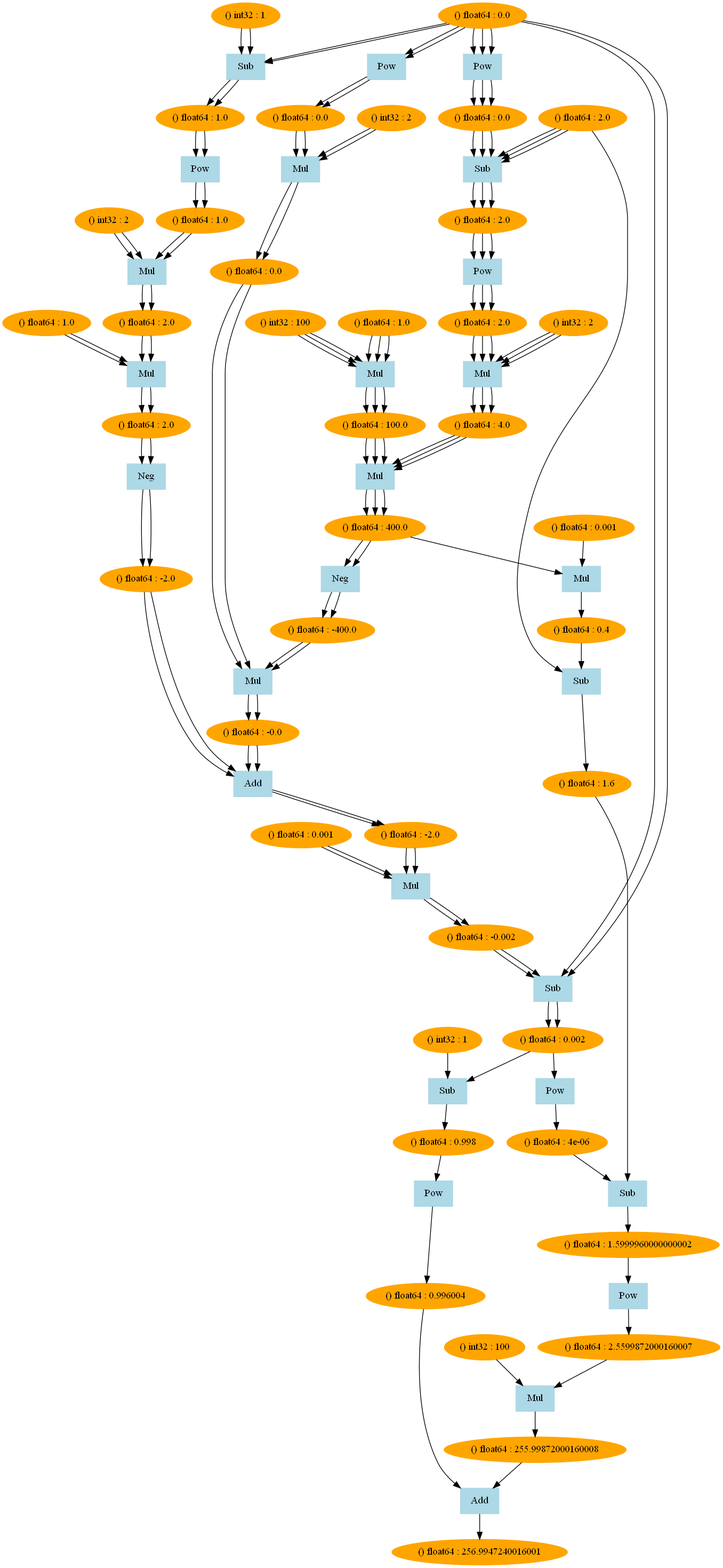
Earlier version of the Graphviz export dezero_out/tmp_graph.png (ChanYoungHan/EX.Materials). Its source is kept beside it as dezero_out/tmp_graph.dot.
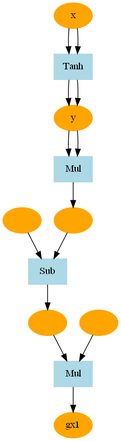
Later version of the same file.

Diff of the diagram source:
```diff
@@ -1,275 +1,29 @@
 digraph g {
-2098591933128 [label="() float64 : 256.9947240016001", color=orange, style=filled]
-2098591933512 [label="Add", color=lightblue, style=filled, shape=box]
-2098591932680 -> 2098591933512
-2098591933448 -> 2098591933512
-2098591933512 -> 2098591933128
-2098591932680 [label="() float64 : 255.99872000160008", color=orange, style=filled]
-2098591933448 [label="() float64 : 0.996004", color=orange, style=filled]
-2098591932616 [label="Pow", color=lightblue, style=filled, shape=box]
-2098591932488 -> 2098591932616
-2098591932616 -> 2098591933448
-2098591932488 [label="() float64 : 0.998", color=orange, style=filled]
-2098591932872 [label="Sub", color=lightblue, style=filled, shape=box]
-2098591932552 -> 2098591932872
-2098591907784 -> 2098591932872
-2098591932872 -> 2098591932488
-2098591932552 [label="() int32 : 1", color=orange, style=filled]
-2098591907784 [label="() float64 : 0.002", color=orange, style=filled]
-2098591887880 [label="Sub", color=lightblue, style=filled, shape=box]
-2098338122376 -> 2098591887880
-2098591205320 -> 2098591887880
-2098591887880 -> 2098591907784
-2098338122376 [label="() float64 : 0.0", color=orange, style=filled]
-2098591205320 [label="() float64 : -0.002", color=orange, style=filled]
-2098589622664 [label="Mul", color=lightblue, style=filled, shape=box]
-2098591385928 -> 2098589622664
-2098590920136 -> 2098589622664
-2098589622664 -> 2098591205320
-2098591385928 [label="() float64 : -2.0", color=orange, style=filled]
-2098590920136 [label="() float64 : 0.001", color=orange, style=filled]
-2098589622728 [label="Add", color=lightblue, style=filled, shape=box]
-2098589622600 -> 2098589622728
-2098589622536 -> 2098589622728
-2098589622728 -> 2098591385928
-2098589622600 [label="() float64 : -0.0", color=orange, style=filled]
-2098589622536 [label="() float64 : -2.0", color=orange, style=filled]
-2098589622472 [label="Neg", color=lightblue, style=filled, shape=box]
-2098589652808 -> 2098589622472
-2098589622472 -> 2098589622536
-2098589652808 [label="() float64 : 2.0", color=orange, style=filled]
-2098590021512 [label="Mul", color=lightblue, style=filled, shape=box]
-2098591706568 -> 2098590021512
-2098589653512 -> 2098590021512
-2098590021512 -> 2098589652808
-2098591706568 [label="() float64 : 2.0", color=orange, style=filled]
-2098589653512 [label="() float64 : 1.0", color=orange, style=filled]
-2098591002760 [label="Mul", color=lightblue, style=filled, shape=box]
-2098590090696 -> 2098591002760
-2098591703368 -> 2098591002760
-2098591002760 -> 2098591706568
-2098590090696 [label="() float64 : 1.0", color=orange, style=filled]
-2098591703368 [label="() int32 : 2", color=orange, style=filled]
-2098591732616 [label="Pow", color=lightblue, style=filled, shape=box]
-2098589555784 -> 2098591732616
-2098591732616 -> 2098590090696
-2098589555784 [label="() float64 : 1.0", color=orange, style=filled]
-2098589555720 [label="Sub", color=lightblue, style=filled, shape=box]
-2098589555656 -> 2098589555720
-2098338122376 -> 2098589555720
-2098589555720 -> 2098589555784
-2098589555656 [label="() int32 : 1", color=orange, style=filled]
-2098338122376 [label="() float64 : 0.0", color=orange, style=filled]
-2098589622920 [label="Mul", color=lightblue, style=filled, shape=box]
-2098589622792 -> 2098589622920
-2098589556104 -> 2098589622920
-2098589622920 -> 2098589622600
-2098589622792 [label="() float64 : 0.0", color=orange, style=filled]
-2098589556104 [label="() float64 : -400.0", color=orange, style=filled]
-2098589652872 [label="Neg", color=lightblue, style=filled, shape=box]
-2098589556488 -> 2098589652872
-2098589652872 -> 2098589556104
-2098589556488 [label="() float64 : 400.0", color=orange, style=filled]
-2098589651272 [label="Mul", color=lightblue, style=filled, shape=box]
-2098589653576 -> 2098589651272
-2098589652744 -> 2098589651272
-2098589651272 -> 2098589556488
-2098589653576 [label="() float64 : 4.0", color=orange, style=filled]
-2098589652744 [label="() float64 : 100.0", color=orange, style=filled]
-2098589652936 [label="Mul", color=lightblue, style=filled, shape=box]
-2098589555592 -> 2098589652936
-2098589653000 -> 2098589652936
-2098589652936 -> 2098589652744
-2098589555592 [label="() int32 : 100", color=orange, style=filled]
-2098589653000 [label="() float64 : 1.0", color=orange, style=filled]
-2098589651528 [label="Mul", color=lightblue, style=filled, shape=box]
-2098589652488 -> 2098589651528
-2098589651144 -> 2098589651528
-2098589651528 -> 2098589653576
-2098589652488 [label="() float64 : 2.0", color=orange, style=filled]
-2098589651144 [label="() int32 : 2", color=orange, style=filled]
-2098589651080 [label="Pow", color=lightblue, style=filled, shape=box]
-2098589555528 -> 2098589651080
-2098589651080 -> 2098589652488
-2098589555528 [label="() float64 : 2.0", color=orange, style=filled]
-2098587687112 [label="Sub", color=lightblue, style=filled, shape=box]
-2098338174536 -> 2098587687112
-2098587686728 -> 2098587687112
-2098587687112 -> 2098589555528
-2098338174536 [label="() float64 : 2.0", color=orange, style=filled]
-2098587686728 [label="() float64 : 0.0", color=orange, style=filled]
-2098338174792 [label="Pow", color=lightblue, style=filled, shape=box]
-2098338122376 -> 2098338174792
-2098338174792 -> 2098587686728
-2098338122376 [label="() float64 : 0.0", color=orange, style=filled]
-2098591619592 [label="Mul", color=lightblue, style=filled, shape=box]
-2098589622984 -> 2098591619592
-2098589622856 -> 2098591619592
-2098591619592 -> 2098589622792
-2098589622984 [label="() float64 : 0.0", color=orange, style=filled]
-2098589622856 [label="() int32 : 2", color=orange, style=filled]
-2098589556232 [label="Pow", color=lightblue, style=filled, shape=box]
-2098338122376 -> 2098589556232
-2098589556232 -> 2098589622984
-2098338122376 [label="() float64 : 0.0", color=orange, style=filled]
-2098591933000 [label="Mul", color=lightblue, style=filled, shape=box]
-2098591932936 -> 2098591933000
-2098591932744 -> 2098591933000
-2098591933000 -> 2098591932680
-2098591932936 [label="() float64 : 2.5599872000160007", color=orange, style=filled]
-2098591932744 [label="() int32 : 100", color=orange, style=filled]
-2098591933192 [label="Pow", color=lightblue, style=filled, shape=box]
-2098591933064 -> 2098591933192
-2098591933192 -> 2098591932936
-2098591933064 [label="() float64 : 1.5999960000000002", color=orange, style=filled]
-2098591758472 [label="Sub", color=lightblue, style=filled, shape=box]
-2098584993672 -> 2098591758472
-2098590966216 -> 2098591758472
-2098591758472 -> 2098591933064
-2098584993672 [label="() float64 : 1.6", color=orange, style=filled]
-2098590966216 [label="() float64 : 4e-06", color=orange, style=filled]
-2098590790280 [label="Pow", color=lightblue, style=filled, shape=box]
-2098591907784 -> 2098590790280
-2098590790280 -> 2098590966216
-2098591907784 [label="() float64 : 0.002", color=orange, style=filled]
-2098591887880 [label="Sub", color=lightblue, style=filled, shape=box]
-2098338122376 -> 2098591887880
-2098591205320 -> 2098591887880
-2098591887880 -> 2098591907784
-2098338122376 [label="() float64 : 0.0", color=orange, style=filled]
-2098591205320 [label="() float64 : -0.002", color=orange, style=filled]
-2098589622664 [label="Mul", color=lightblue, style=filled, shape=box]
-2098591385928 -> 2098589622664
-2098590920136 -> 2098589622664
-2098589622664 -> 2098591205320
-2098591385928 [label="() float64 : -2.0", color=orange, style=filled]
-2098590920136 [label="() float64 : 0.001", color=orange, style=filled]
-2098589622728 [label="Add", color=lightblue, style=filled, shape=box]
-2098589622600 -> 2098589622728
-2098589622536 -> 2098589622728
-2098589622728 -> 2098591385928
-2098589622600 [label="() float64 : -0.0", color=orange, style=filled]
-2098589622536 [label="() float64 : -2.0", color=orange, style=filled]
-2098589622472 [label="Neg", color=lightblue, style=filled, shape=box]
-2098589652808 -> 2098589622472
-2098589622472 -> 2098589622536
-2098589652808 [label="() float64 : 2.0", color=orange, style=filled]
-2098590021512 [label="Mul", color=lightblue, style=filled, shape=box]
-2098591706568 -> 2098590021512
-2098589653512 -> 2098590021512
-2098590021512 -> 2098589652808
-2098591706568 [label="() float64 : 2.0", color=orange, style=filled]
-2098589653512 [label="() float64 : 1.0", color=orange, style=filled]
-2098591002760 [label="Mul", color=lightblue, style=filled, shape=box]
-2098590090696 -> 2098591002760
-2098591703368 -> 2098591002760
-2098591002760 -> 2098591706568
-2098590090696 [label="() float64 : 1.0", color=orange, style=filled]
-2098591703368 [label="() int32 : 2", color=orange, style=filled]
-2098591732616 [label="Pow", color=lightblue, style=filled, shape=box]
-2098589555784 -> 2098591732616
-2098591732616 -> 2098590090696
-2098589555784 [label="() float64 : 1.0", color=orange, style=filled]
-2098589555720 [label="Sub", color=lightblue, style=filled, shape=box]
-2098589555656 -> 2098589555720
-2098338122376 -> 2098589555720
-2098589555720 -> 2098589555784
-2098589555656 [label="() int32 : 1", color=orange, style=filled]
-2098338122376 [label="() float64 : 0.0", color=orange, style=filled]
-2098589622920 [label="Mul", color=lightblue, style=filled, shape=box]
-2098589622792 -> 2098589622920
-2098589556104 -> 2098589622920
-2098589622920 -> 2098589622600
-2098589622792 [label="() float64 : 0.0", color=orange, style=filled]
-2098589556104 [label="() float64 : -400.0", color=orange, style=filled]
-2098589652872 [label="Neg", color=lightblue, style=filled, shape=box]
-2098589556488 -> 2098589652872
-2098589652872 -> 2098589556104
-2098589556488 [label="() float64 : 400.0", color=orange, style=filled]
-2098589651272 [label="Mul", color=lightblue, style=filled, shape=box]
-2098589653576 -> 2098589651272
-2098589652744 -> 2098589651272
-2098589651272 -> 2098589556488
-2098589653576 [label="() float64 : 4.0", color=orange, style=filled]
-2098589652744 [label="() float64 : 100.0", color=orange, style=filled]
-2098589652936 [label="Mul", color=lightblue, style=filled, shape=box]
-2098589555592 -> 2098589652936
-2098589653000 -> 2098589652936
-2098589652936 -> 2098589652744
-2098589555592 [label="() int32 : 100", color=orange, style=filled]
-2098589653000 [label="() float64 : 1.0", color=orange, style=filled]
-2098589651528 [label="Mul", color=lightblue, style=filled, shape=box]
-2098589652488 -> 2098589651528
-2098589651144 -> 2098589651528
-2098589651528 -> 2098589653576
-2098589652488 [label="() float64 : 2.0", color=orange, style=filled]
-2098589651144 [label="() int32 : 2", color=orange, style=filled]
-2098589651080 [label="Pow", color=lightblue, style=filled, shape=box]
-2098589555528 -> 2098589651080
-2098589651080 -> 2098589652488
-2098589555528 [label="() float64 : 2.0", color=orange, style=filled]
-2098587687112 [label="Sub", color=lightblue, style=filled, shape=box]
-2098338174536 -> 2098587687112
-2098587686728 -> 2098587687112
-2098587687112 -> 2098589555528
-2098338174536 [label="() float64 : 2.0", color=orange, style=filled]
-2098587686728 [label="() float64 : 0.0", color=orange, style=filled]
-2098338174792 [label="Pow", color=lightblue, style=filled, shape=box]
-2098338122376 -> 2098338174792
-2098338174792 -> 2098587686728
-2098338122376 [label="() float64 : 0.0", color=orange, style=filled]
-2098591619592 [label="Mul", color=lightblue, style=filled, shape=box]
-2098589622984 -> 2098591619592
-2098589622856 -> 2098591619592
-2098591619592 -> 2098589622792
-2098589622984 [label="() float64 : 0.0", color=orange, style=filled]
-2098589622856 [label="() int32 : 2", color=orange, style=filled]
-2098589556232 [label="Pow", color=lightblue, style=filled, shape=box]
-2098338122376 -> 2098589556232
-2098589556232 -> 2098589622984
-2098338122376 [label="() float64 : 0.0", color=orange, style=filled]
-2098591185928 [label="Sub", color=lightblue, style=filled, shape=box]
-2098338174536 -> 2098591185928
-2098591284040 -> 2098591185928
-2098591185928 -> 2098584993672
-2098338174536 [label="() float64 : 2.0", color=orange, style=filled]
-2098591284040 [label="() float64 : 0.4", color=orange, style=filled]
-2098590639048 [label="Mul", color=lightblue, style=filled, shape=box]
-2098589556488 -> 2098590639048
-2098591506056 -> 2098590639048
-2098590639048 -> 2098591284040
-2098589556488 [label="() float64 : 400.0", color=orange, style=filled]
-2098591506056 [label="() float64 : 0.001", color=orange, style=filled]
-2098589651272 [label="Mul", color=lightblue, style=filled, shape=box]
-2098589653576 -> 2098589651272
-2098589652744 -> 2098589651272
-2098589651272 -> 2098589556488
-2098589653576 [label="() float64 : 4.0", color=orange, style=filled]
-2098589652744 [label="() float64 : 100.0", color=orange, style=filled]
-2098589652936 [label="Mul", color=lightblue, style=filled, shape=box]
-2098589555592 -> 2098589652936
-2098589653000 -> 2098589652936
-2098589652936 -> 2098589652744
-2098589555592 [label="() int32 : 100", color=orange, style=filled]
-2098589653000 [label="() float64 : 1.0", color=orange, style=filled]
-2098589651528 [label="Mul", color=lightblue, style=filled, shape=box]
-2098589652488 -> 2098589651528
-2098589651144 -> 2098589651528
-2098589651528 -> 2098589653576
-2098589652488 [label="() float64 : 2.0", color=orange, style=filled]
-2098589651144 [label="() int32 : 2", color=orange, style=filled]
-2098589651080 [label="Pow", color=lightblue, style=filled, shape=box]
-2098589555528 -> 2098589651080
-2098589651080 -> 2098589652488
-2098589555528 [label="() float64 : 2.0", color=orange, style=filled]
-2098587687112 [label="Sub", color=lightblue, style=filled, shape=box]
-2098338174536 -> 2098587687112
-2098587686728 -> 2098587687112
-2098587687112 -> 2098589555528
-2098338174536 [label="() float64 : 2.0", color=orange, style=filled]
-2098587686728 [label="() float64 : 0.0", color=orange, style=filled]
-2098338174792 [label="Pow", color=lightblue, style=filled, shape=box]
-2098338122376 -> 2098338174792
-2098338174792 -> 2098587686728
-2098338122376 [label="() float64 : 0.0", color=orange, style=filled]
+2592513260040 [label="gx1", color=orange, style=filled]
+2592513259720 [label="Mul", color=lightblue, style=filled, shape=box]
+2592513259848 -> 2592513259720
+2592513259976 -> 2592513259720
+2592513259720 -> 2592513260040
+2592513259848 [label="", color=orange, style=filled]
+2592513259976 [label="", color=orange, style=filled]
+2592513257928 [label="Sub", color=lightblue, style=filled, shape=box]
+2592513259784 -> 2592513257928
+2592513259592 -> 2592513257928
+2592513257928 -> 2592513259848
+2592513259784 [label="", color=orange, style=filled]
+2592513259592 [label="", color=orange, style=filled]
+2592513257608 [label="Mul", color=lightblue, style=filled, shape=box]
+2592513258888 -> 2592513257608
+2592513258888 -> 2592513257608
+2592513257608 -> 2592513259592
+2592513258888 [label="y", color=orange, style=filled]
+2592513258888 [label="y", color=orange, style=filled]
+2592237879176 [label="Tanh", color=lightblue, style=filled, shape=box]
+2592238199944 -> 2592237879176
+2592237879176 -> 2592513258888
+2592238199944 [label="x", color=orange, style=filled]
+2592237879176 [label="Tanh", color=lightblue, style=filled, shape=box]
+2592238199944 -> 2592237879176
+2592237879176 -> 2592513258888
+2592238199944 [label="x", color=orange, style=filled]
 }
```
